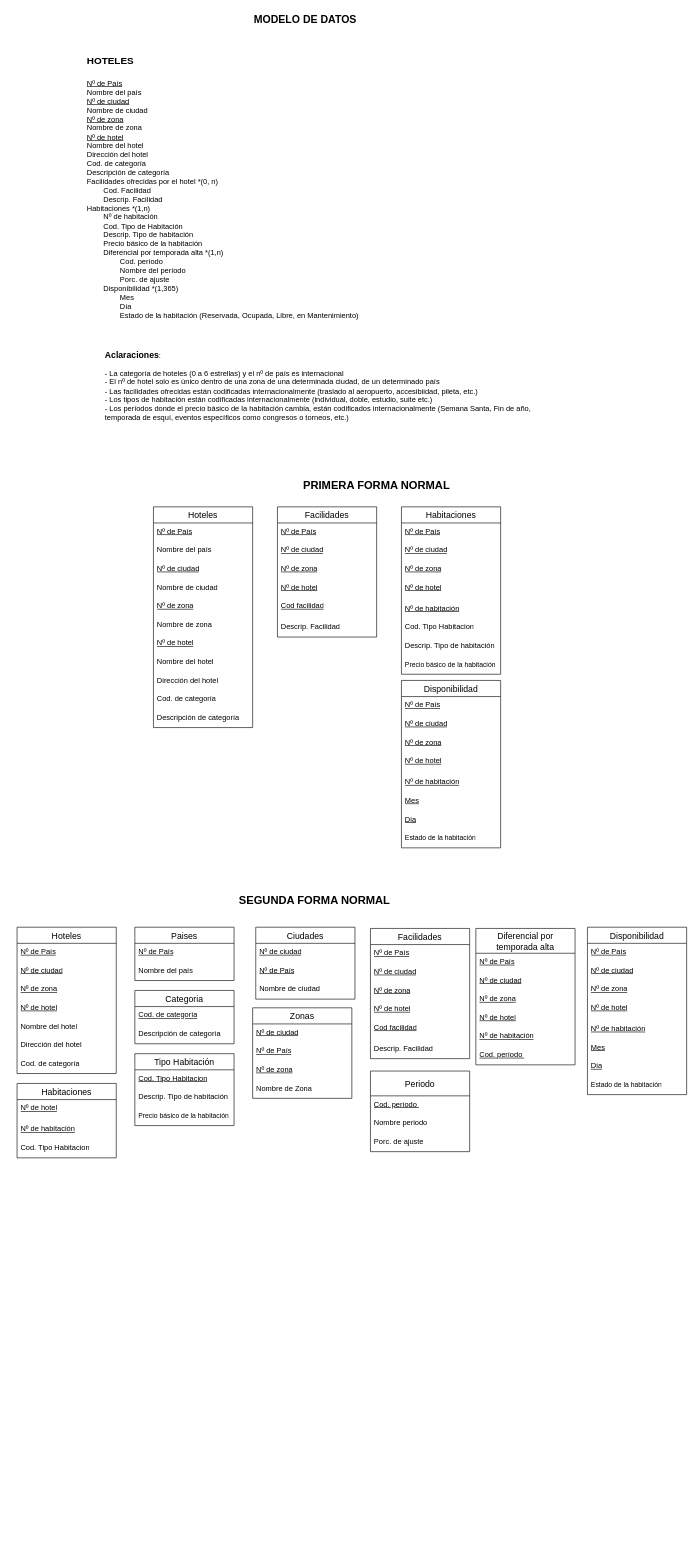
Above: Diagrama-Entidad-Relacion.drawio in FrancoSimonFormia/TP-Hoteles-DABD-Grupo11 (draw.io), before the change. Source tidied: cells renumbered, new cells numbered last; positions are measured from the earlier drawing's top-left corner, leaving out a move shared by most shapes. Both pictures are drawn from the tidied source at 62%, with x=0, y=0 at pixel (17, 11).
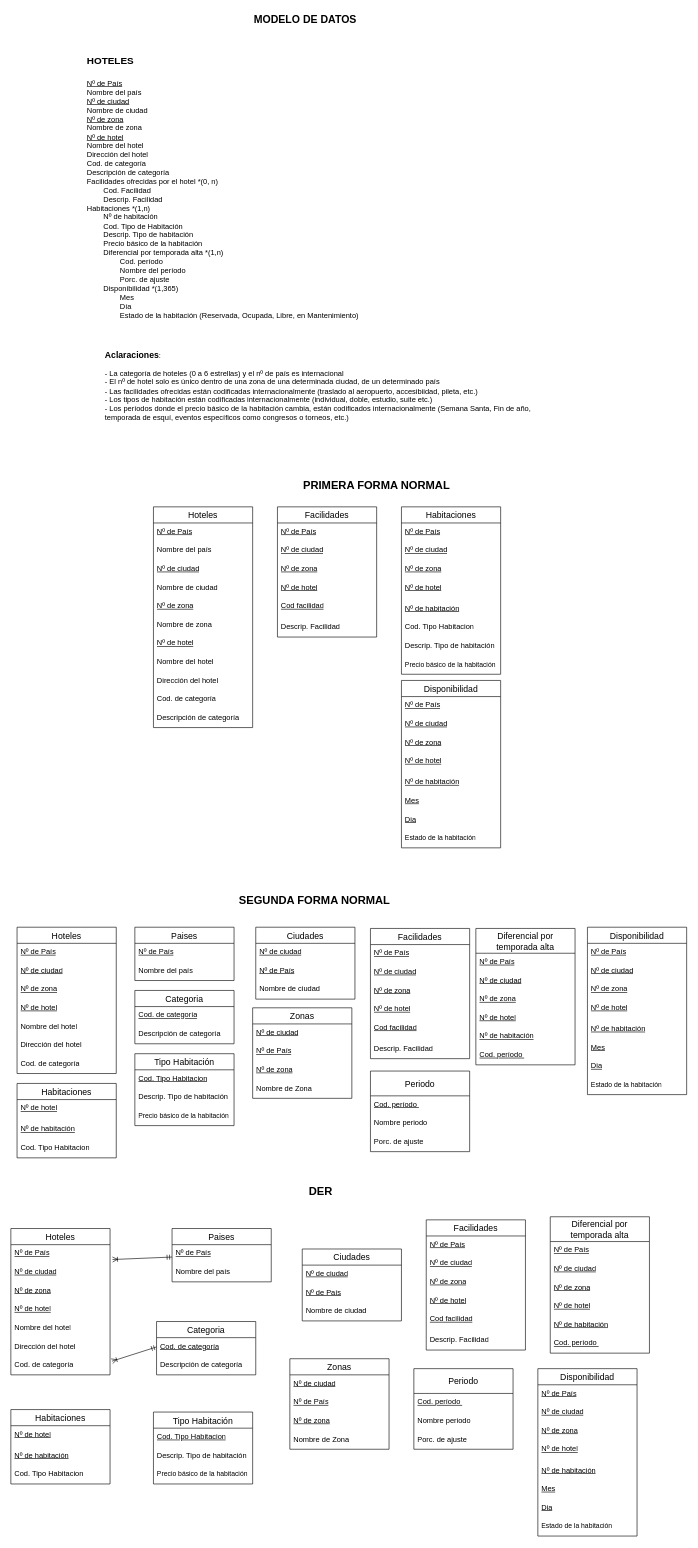
The same page after the edit.

Commit message:
Inicio DER

What changed in the source:
```diff
@@
+    <mxCell id="102" value="&lt;span style=&quot;font-size: 18px;&quot;&gt;&lt;b&gt;DER&lt;/b&gt;&lt;/span&gt;" style="text;html=1;align=center;verticalAlign=middle;whiteSpace=wrap;rounded=0;" parent="1" vertex="1">
+      <mxGeometry x="350" y="1890" width="280" height="30" as="geometry" />
+    </mxCell>
+    <mxCell id="103" value="Hoteles" style="swimlane;fontStyle=0;horizontal=1;startSize=26;align=center;fontSize=14;" parent="1" vertex="1">
+      <mxGeometry x="-10" y="1964" width="160" height="236" as="geometry" />
+    </mxCell>
+    <mxCell id="104" value="&lt;u&gt;Nº de País&lt;/u&gt;&lt;div&gt;&lt;br&gt;&lt;/div&gt;" style="text;strokeColor=none;fillColor=none;spacingLeft=4;spacingRight=4;overflow=hidden;points=[[0,0.5],[1,0.5]];portConstraint=eastwest;fontSize=12;whiteSpace=wrap;html=1;" parent="103" vertex="1">
+      <mxGeometry y="26" width="160" height="30" as="geometry" />
+    </mxCell>
+    <mxCell id="105" value="&lt;u&gt;Nº de ciudad&lt;/u&gt;&lt;div&gt;&lt;br&gt;&lt;/div&gt;" style="text;strokeColor=none;fillColor=none;spacingLeft=4;spacingRight=4;overflow=hidden;fontSize=12;whiteSpace=wrap;html=1;" parent="103" vertex="1">
+      <mxGeometry y="56" width="160" height="30" as="geometry" />
+    </mxCell>
+    <mxCell id="106" value="&lt;u&gt;Nº de zona&lt;/u&gt;&lt;div&gt;&lt;br&gt;&lt;/div&gt;" style="text;strokeColor=none;fillColor=none;spacingLeft=4;spacingRight=4;overflow=hidden;fontSize=12;whiteSpace=wrap;html=1;" parent="103" vertex="1">
+      <mxGeometry y="86" width="160" height="30" as="geometry" />
+    </mxCell>
+    <mxCell id="107" value="&lt;u&gt;Nº de hotel&lt;/u&gt;&lt;div&gt;&lt;br&gt;&lt;/div&gt;" style="text;strokeColor=none;fillColor=none;spacingLeft=4;spacingRight=4;overflow=hidden;fontSize=12;whiteSpace=wrap;html=1;" parent="103" vertex="1">
+      <mxGeometry y="116" width="160" height="30" as="geometry" />
+    </mxCell>
+    <mxCell id="108" value="Nombre del hotel&lt;div&gt;&lt;br/&gt;&lt;/div&gt;" style="text;strokeColor=none;fillColor=none;spacingLeft=4;spacingRight=4;overflow=hidden;fontSize=12;whiteSpace=wrap;html=1;" parent="103" vertex="1">
+      <mxGeometry y="146" width="160" height="30" as="geometry" />
+    </mxCell>
+    <mxCell id="109" value="Dirección del hotel&lt;div&gt;&lt;br/&gt;&lt;/div&gt;" style="text;strokeColor=none;fillColor=none;spacingLeft=4;spacingRight=4;overflow=hidden;fontSize=12;whiteSpace=wrap;html=1;" parent="103" vertex="1">
+      <mxGeometry y="176" width="160" height="30" as="geometry" />
+    </mxCell>
+    <mxCell id="110" value="Cod. de categoría&lt;div&gt;&lt;br/&gt;&lt;/div&gt;" style="text;strokeColor=none;fillColor=none;spacingLeft=4;spacingRight=4;overflow=hidden;points=[[0,0.5],[1,0.5]];portConstraint=eastwest;fontSize=12;whiteSpace=wrap;html=1;" parent="103" vertex="1">
+      <mxGeometry y="206" width="160" height="30" as="geometry" />
+    </mxCell>
+    <mxCell id="111" value="Habitaciones" style="swimlane;fontStyle=0;horizontal=1;startSize=26;align=center;fontSize=14;" parent="1" vertex="1">
+      <mxGeometry x="-10" y="2256" width="160" height="120" as="geometry" />
+    </mxCell>
+    <mxCell id="112" value="Nº de hotel&lt;div&gt;&lt;br&gt;&lt;/div&gt;" style="text;strokeColor=none;fillColor=none;spacingLeft=4;spacingRight=4;overflow=hidden;fontSize=12;whiteSpace=wrap;html=1;fontStyle=4;" parent="111" vertex="1">
+      <mxGeometry y="26" width="160" height="34" as="geometry" />
+    </mxCell>
+    <mxCell id="113" value="Nº de habitación" style="text;strokeColor=none;fillColor=none;spacingLeft=4;spacingRight=4;overflow=hidden;fontSize=12;whiteSpace=wrap;html=1;fontStyle=4;" parent="111" vertex="1">
+      <mxGeometry y="60" width="160" height="30" as="geometry" />
+    </mxCell>
+    <mxCell id="114" value="Cod. Tipo Habitacion" style="text;strokeColor=none;fillColor=none;spacingLeft=4;spacingRight=4;overflow=hidden;fontSize=12;whiteSpace=wrap;html=1;" parent="111" vertex="1">
+      <mxGeometry y="90" width="160" height="30" as="geometry" />
+    </mxCell>
+    <mxCell id="115" value="Paises" style="swimlane;fontStyle=0;horizontal=1;startSize=26;align=center;fontSize=14;" parent="1" vertex="1">
+      <mxGeometry x="250" y="1964" width="160" height="86" as="geometry" />
+    </mxCell>
+    <mxCell id="116" value="&lt;u&gt;Nº de País&lt;/u&gt;" style="text;strokeColor=none;fillColor=none;spacingLeft=4;spacingRight=4;overflow=hidden;fontSize=12;whiteSpace=wrap;html=1;" parent="115" vertex="1">
+      <mxGeometry y="26" width="160" height="30" as="geometry" />
+    </mxCell>
+    <mxCell id="117" value="Nombre del país" style="text;strokeColor=none;fillColor=none;spacingLeft=4;spacingRight=4;overflow=hidden;fontSize=12;whiteSpace=wrap;html=1;" parent="115" vertex="1">
+      <mxGeometry y="56" width="160" height="30" as="geometry" />
+    </mxCell>
+    <mxCell id="118" value="Categoria" style="swimlane;fontStyle=0;horizontal=1;startSize=26;align=center;fontSize=14;" parent="1" vertex="1">
+      <mxGeometry x="225" y="2114" width="160" height="86" as="geometry" />
+    </mxCell>
+    <mxCell id="119" value="Cod. de categoría&lt;div&gt;&lt;br&gt;&lt;/div&gt;" style="text;strokeColor=none;fillColor=none;spacingLeft=4;spacingRight=4;overflow=hidden;points=[[0,0.5],[1,0.5]];portConstraint=eastwest;fontSize=12;whiteSpace=wrap;html=1;fontStyle=4;" parent="118" vertex="1">
+      <mxGeometry y="26" width="160" height="30" as="geometry" />
+    </mxCell>
+    <mxCell id="120" value="Descripción de categoría&lt;div&gt;&lt;br/&gt;&lt;/div&gt;" style="text;strokeColor=none;fillColor=none;spacingLeft=4;spacingRight=4;overflow=hidden;fontSize=12;whiteSpace=wrap;html=1;" parent="118" vertex="1">
+      <mxGeometry y="56" width="160" height="30" as="geometry" />
+    </mxCell>
+    <mxCell id="121" value="Tipo Habitación" style="swimlane;fontStyle=0;horizontal=1;startSize=26;align=center;fontSize=14;" parent="1" vertex="1">
+      <mxGeometry x="220" y="2260" width="160" height="116" as="geometry" />
+    </mxCell>
+    <mxCell id="122" value="&lt;u&gt;Cod. Tipo Habitacion&lt;/u&gt;" style="text;strokeColor=none;fillColor=none;spacingLeft=4;spacingRight=4;overflow=hidden;fontSize=12;whiteSpace=wrap;html=1;" parent="121" vertex="1">
+      <mxGeometry y="26" width="160" height="30" as="geometry" />
+    </mxCell>
+    <mxCell id="123" value="Descrip. Tipo de habitación" style="text;strokeColor=none;fillColor=none;spacingLeft=4;spacingRight=4;overflow=hidden;fontSize=12;whiteSpace=wrap;html=1;" parent="121" vertex="1">
+      <mxGeometry y="56" width="160" height="30" as="geometry" />
+    </mxCell>
+    <mxCell id="124" value="&lt;font style=&quot;font-size: 11px;&quot;&gt;Precio básico de la habitación&lt;/font&gt;" style="text;strokeColor=none;fillColor=none;spacingLeft=4;spacingRight=4;overflow=hidden;fontSize=12;whiteSpace=wrap;html=1;align=left;" parent="121" vertex="1">
+      <mxGeometry y="86" width="160" height="30" as="geometry" />
+    </mxCell>
+    <mxCell id="125" value="Ciudades" style="swimlane;fontStyle=0;horizontal=1;startSize=26;align=center;fontSize=14;" parent="1" vertex="1">
+      <mxGeometry x="460" y="1997" width="160" height="116" as="geometry" />
+    </mxCell>
+    <mxCell id="126" value="&lt;u&gt;Nº de ciudad&lt;/u&gt;&lt;div&gt;&lt;br&gt;&lt;/div&gt;" style="text;strokeColor=none;fillColor=none;spacingLeft=4;spacingRight=4;overflow=hidden;fontSize=12;whiteSpace=wrap;html=1;" parent="125" vertex="1">
+      <mxGeometry y="26" width="160" height="30" as="geometry" />
+    </mxCell>
+    <mxCell id="127" value="&lt;u&gt;Nº de País&lt;/u&gt;" style="text;strokeColor=none;fillColor=none;spacingLeft=4;spacingRight=4;overflow=hidden;fontSize=12;whiteSpace=wrap;html=1;" parent="125" vertex="1">
+      <mxGeometry y="56" width="160" height="30" as="geometry" />
+    </mxCell>
+    <mxCell id="128" value="Nombre de ciudad&lt;div&gt;&lt;br&gt;&lt;/div&gt;" style="text;strokeColor=none;fillColor=none;spacingLeft=4;spacingRight=4;overflow=hidden;fontSize=12;whiteSpace=wrap;html=1;" parent="125" vertex="1">
+      <mxGeometry y="86" width="160" height="30" as="geometry" />
+    </mxCell>
+    <mxCell id="129" value="Zonas" style="swimlane;fontStyle=0;horizontal=1;startSize=26;align=center;fontSize=14;" parent="1" vertex="1">
+      <mxGeometry x="440" y="2174" width="160" height="146" as="geometry" />
+    </mxCell>
+    <mxCell id="130" value="&lt;u&gt;Nº de ciudad&lt;/u&gt;&lt;div&gt;&lt;br&gt;&lt;/div&gt;" style="text;strokeColor=none;fillColor=none;spacingLeft=4;spacingRight=4;overflow=hidden;fontSize=12;whiteSpace=wrap;html=1;" parent="129" vertex="1">
+      <mxGeometry y="26" width="160" height="30" as="geometry" />
+    </mxCell>
+    <mxCell id="131" value="&lt;u&gt;Nº de País&lt;/u&gt;" style="text;strokeColor=none;fillColor=none;spacingLeft=4;spacingRight=4;overflow=hidden;fontSize=12;whiteSpace=wrap;html=1;" parent="129" vertex="1">
+      <mxGeometry y="56" width="160" height="30" as="geometry" />
+    </mxCell>
+    <mxCell id="132" value="&lt;u&gt;Nº de zona&lt;/u&gt;&lt;div&gt;&lt;br&gt;&lt;/div&gt;" style="text;strokeColor=none;fillColor=none;spacingLeft=4;spacingRight=4;overflow=hidden;fontSize=12;whiteSpace=wrap;html=1;" parent="129" vertex="1">
+      <mxGeometry y="86" width="160" height="30" as="geometry" />
+    </mxCell>
+    <mxCell id="133" value="Nombre de Zona&lt;div&gt;&lt;br&gt;&lt;/div&gt;" style="text;strokeColor=none;fillColor=none;spacingLeft=4;spacingRight=4;overflow=hidden;fontSize=12;whiteSpace=wrap;html=1;" parent="129" vertex="1">
+      <mxGeometry y="116" width="160" height="30" as="geometry" />
+    </mxCell>
+    <mxCell id="134" value="Facilidades" style="swimlane;fontStyle=0;horizontal=1;startSize=26;align=center;fontSize=14;" parent="1" vertex="1">
+      <mxGeometry x="660" y="1950" width="160" height="210" as="geometry" />
+    </mxCell>
+    <mxCell id="135" value="&lt;u&gt;Nº de País&lt;/u&gt;&lt;div&gt;&lt;br&gt;&lt;/div&gt;" style="text;strokeColor=none;fillColor=none;spacingLeft=4;spacingRight=4;overflow=hidden;fontSize=12;whiteSpace=wrap;html=1;" parent="134" vertex="1">
+      <mxGeometry y="26" width="160" height="30" as="geometry" />
+    </mxCell>
+    <mxCell id="136" value="&lt;u&gt;Nº de ciudad&lt;/u&gt;&lt;div&gt;&lt;br&gt;&lt;/div&gt;" style="text;strokeColor=none;fillColor=none;spacingLeft=4;spacingRight=4;overflow=hidden;fontSize=12;whiteSpace=wrap;html=1;" parent="134" vertex="1">
+      <mxGeometry y="56" width="160" height="30" as="geometry" />
+    </mxCell>
+    <mxCell id="137" value="&lt;u&gt;Nº de zona&lt;/u&gt;&lt;div&gt;&lt;br&gt;&lt;/div&gt;" style="text;strokeColor=none;fillColor=none;spacingLeft=4;spacingRight=4;overflow=hidden;fontSize=12;whiteSpace=wrap;html=1;" parent="134" vertex="1">
+      <mxGeometry y="86" width="160" height="30" as="geometry" />
+    </mxCell>
+    <mxCell id="138" value="&lt;u&gt;Nº de hotel&lt;/u&gt;&lt;div&gt;&lt;br&gt;&lt;/div&gt;" style="text;strokeColor=none;fillColor=none;spacingLeft=4;spacingRight=4;overflow=hidden;fontSize=12;whiteSpace=wrap;html=1;" parent="134" vertex="1">
+      <mxGeometry y="116" width="160" height="30" as="geometry" />
+    </mxCell>
+    <mxCell id="139" value="&lt;div&gt;&lt;u&gt;Cod facilidad&lt;/u&gt;&lt;/div&gt;" style="text;strokeColor=none;fillColor=none;spacingLeft=4;spacingRight=4;overflow=hidden;fontSize=12;whiteSpace=wrap;html=1;" parent="134" vertex="1">
+      <mxGeometry y="146" width="160" height="34" as="geometry" />
+    </mxCell>
+    <mxCell id="140" value="&lt;div&gt;Descrip. Facilidad&lt;br/&gt;&lt;/div&gt;" style="text;strokeColor=none;fillColor=none;spacingLeft=4;spacingRight=4;overflow=hidden;fontSize=12;whiteSpace=wrap;html=1;" parent="134" vertex="1">
+      <mxGeometry y="180" width="160" height="30" as="geometry" />
+    </mxCell>
+    <mxCell id="141" value="Periodo" style="swimlane;fontStyle=0;horizontal=1;startSize=40;align=center;fontSize=14;" parent="1" vertex="1">
+      <mxGeometry x="640" y="2190" width="160" height="130" as="geometry" />
+    </mxCell>
+    <mxCell id="142" value="&lt;u&gt;Cod. período&amp;nbsp;&lt;/u&gt;" style="text;strokeColor=none;fillColor=none;spacingLeft=4;spacingRight=4;overflow=hidden;fontSize=12;whiteSpace=wrap;html=1;" parent="141" vertex="1">
+      <mxGeometry y="40" width="160" height="30" as="geometry" />
+    </mxCell>
+    <mxCell id="143" value="&lt;div&gt;Nombre periodo&lt;/div&gt;" style="text;strokeColor=none;fillColor=none;spacingLeft=4;spacingRight=4;overflow=hidden;fontSize=12;whiteSpace=wrap;html=1;" parent="141" vertex="1">
+      <mxGeometry y="70" width="160" height="30" as="geometry" />
+    </mxCell>
+    <mxCell id="144" value="Porc. de ajuste&lt;div&gt;&lt;br/&gt;&lt;/div&gt;" style="text;strokeColor=none;fillColor=none;spacingLeft=4;spacingRight=4;overflow=hidden;fontSize=12;whiteSpace=wrap;html=1;" parent="141" vertex="1">
+      <mxGeometry y="100" width="160" height="30" as="geometry" />
+    </mxCell>
+    <mxCell id="145" value="Diferencial por&#10;temporada alta" style="swimlane;fontStyle=0;horizontal=1;startSize=40;align=center;fontSize=14;" parent="1" vertex="1">
+      <mxGeometry x="860" y="1945" width="160" height="220" as="geometry" />
+    </mxCell>
+    <mxCell id="146" value="&lt;u&gt;Nº de País&lt;/u&gt;&lt;div&gt;&lt;br&gt;&lt;/div&gt;" style="text;strokeColor=none;fillColor=none;spacingLeft=4;spacingRight=4;overflow=hidden;fontSize=12;whiteSpace=wrap;html=1;" parent="145" vertex="1">
+      <mxGeometry y="40" width="160" height="30" as="geometry" />
+    </mxCell>
+    <mxCell id="147" value="&lt;div&gt;&lt;u&gt;Nº de ciudad&lt;/u&gt;&lt;div&gt;&lt;br&gt;&lt;/div&gt;&lt;/div&gt;" style="text;strokeColor=none;fillColor=none;spacingLeft=4;spacingRight=4;overflow=hidden;fontSize=12;whiteSpace=wrap;html=1;" parent="145" vertex="1">
+      <mxGeometry y="70" width="160" height="30" as="geometry" />
+    </mxCell>
+    <mxCell id="148" value="&lt;div&gt;&lt;u&gt;Nº de zona&lt;/u&gt;&lt;div&gt;&lt;br&gt;&lt;/div&gt;&lt;/div&gt;" style="text;strokeColor=none;fillColor=none;spacingLeft=4;spacingRight=4;overflow=hidden;fontSize=12;whiteSpace=wrap;html=1;" parent="145" vertex="1">
+      <mxGeometry y="100" width="160" height="30" as="geometry" />
+    </mxCell>
+    <mxCell id="149" value="&lt;div&gt;&lt;u&gt;Nº de hotel&lt;/u&gt;&lt;div&gt;&lt;br&gt;&lt;/div&gt;&lt;/div&gt;" style="text;strokeColor=none;fillColor=none;spacingLeft=4;spacingRight=4;overflow=hidden;fontSize=12;whiteSpace=wrap;html=1;" parent="145" vertex="1">
+      <mxGeometry y="130" width="160" height="30" as="geometry" />
+    </mxCell>
+    <mxCell id="150" value="&lt;span style=&quot;text-decoration-line: underline;&quot;&gt;Nº de habitación&lt;/span&gt;" style="text;strokeColor=none;fillColor=none;spacingLeft=4;spacingRight=4;overflow=hidden;fontSize=12;whiteSpace=wrap;html=1;" parent="145" vertex="1">
+      <mxGeometry y="160" width="160" height="30" as="geometry" />
+    </mxCell>
+    <mxCell id="151" value="&lt;u&gt;Cod. período&amp;nbsp;&lt;/u&gt;" style="text;strokeColor=none;fillColor=none;spacingLeft=4;spacingRight=4;overflow=hidden;fontSize=12;whiteSpace=wrap;html=1;" parent="145" vertex="1">
+      <mxGeometry y="190" width="160" height="30" as="geometry" />
+    </mxCell>
+    <mxCell id="152" value="Disponibilidad" style="swimlane;fontStyle=0;horizontal=1;startSize=26;align=center;fontSize=14;" parent="1" vertex="1">
+      <mxGeometry x="840" y="2190" width="160" height="270" as="geometry" />
+    </mxCell>
+    <mxCell id="153" value="&lt;div&gt;&lt;u&gt;Nº de País&lt;/u&gt;&lt;div&gt;&lt;br&gt;&lt;/div&gt;&lt;/div&gt;" style="text;strokeColor=none;fillColor=none;spacingLeft=4;spacingRight=4;overflow=hidden;fontSize=12;whiteSpace=wrap;html=1;" parent="152" vertex="1">
+      <mxGeometry y="26" width="160" height="30" as="geometry" />
+    </mxCell>
+    <mxCell id="154" value="&lt;div&gt;&lt;u&gt;Nº de ciudad&lt;/u&gt;&lt;div&gt;&lt;br&gt;&lt;/div&gt;&lt;/div&gt;" style="text;strokeColor=none;fillColor=none;spacingLeft=4;spacingRight=4;overflow=hidden;fontSize=12;whiteSpace=wrap;html=1;" parent="152" vertex="1">
+      <mxGeometry y="56" width="160" height="30" as="geometry" />
+    </mxCell>
+    <mxCell id="155" value="&lt;div&gt;&lt;u&gt;Nº de zona&lt;/u&gt;&lt;div&gt;&lt;br&gt;&lt;/div&gt;&lt;/div&gt;" style="text;strokeColor=none;fillColor=none;spacingLeft=4;spacingRight=4;overflow=hidden;fontSize=12;whiteSpace=wrap;html=1;" parent="152" vertex="1">
+      <mxGeometry y="86" width="160" height="30" as="geometry" />
+    </mxCell>
+    <mxCell id="156" value="&lt;u&gt;Nº de hotel&lt;/u&gt;&lt;div&gt;&lt;br&gt;&lt;/div&gt;" style="text;strokeColor=none;fillColor=none;spacingLeft=4;spacingRight=4;overflow=hidden;fontSize=12;whiteSpace=wrap;html=1;" parent="152" vertex="1">
+      <mxGeometry y="116" width="160" height="34" as="geometry" />
+    </mxCell>
+    <mxCell id="157" value="Nº de habitación" style="text;strokeColor=none;fillColor=none;spacingLeft=4;spacingRight=4;overflow=hidden;fontSize=12;whiteSpace=wrap;html=1;fontStyle=4;" parent="152" vertex="1">
+      <mxGeometry y="150" width="160" height="30" as="geometry" />
+    </mxCell>
+    <mxCell id="158" value="&lt;u&gt;Mes&lt;/u&gt;" style="text;strokeColor=none;fillColor=none;spacingLeft=4;spacingRight=4;overflow=hidden;fontSize=12;whiteSpace=wrap;html=1;" parent="152" vertex="1">
+      <mxGeometry y="180" width="160" height="30" as="geometry" />
+    </mxCell>
+    <mxCell id="159" value="&lt;u&gt;Dia&lt;/u&gt;" style="text;strokeColor=none;fillColor=none;spacingLeft=4;spacingRight=4;overflow=hidden;fontSize=12;whiteSpace=wrap;html=1;" parent="152" vertex="1">
+      <mxGeometry y="210" width="160" height="30" as="geometry" />
+    </mxCell>
+    <mxCell id="160" value="&lt;font style=&quot;font-size: 11px;&quot;&gt;Estado de la habitación&lt;/font&gt;" style="text;strokeColor=none;fillColor=none;spacingLeft=4;spacingRight=4;overflow=hidden;fontSize=12;whiteSpace=wrap;html=1;align=left;" parent="152" vertex="1">
+      <mxGeometry y="240" width="160" height="30" as="geometry" />
+    </mxCell>
+    <mxCell id="161" style="fontSize=12;html=1;endArrow=ERoneToMany;startArrow=ERmandOne;rounded=0;exitX=0;exitY=0.5;exitDx=0;exitDy=0;entryX=1.019;entryY=0.267;entryDx=0;entryDy=0;entryPerimeter=0;" parent="1" edge="1" source="119" target="110">
+      <mxGeometry relative="1" as="geometry" />
+    </mxCell>
+    <mxCell id="162" style="fontSize=12;html=1;endArrow=ERoneToMany;startArrow=ERmandOne;rounded=0;entryX=1.025;entryY=0.8;entryDx=0;entryDy=0;entryPerimeter=0;" parent="1" edge="1" target="104">
+      <mxGeometry relative="1" as="geometry">
+        <mxPoint x="250" y="2010" as="sourcePoint" />
+      </mxGeometry>
+    </mxCell>
```
